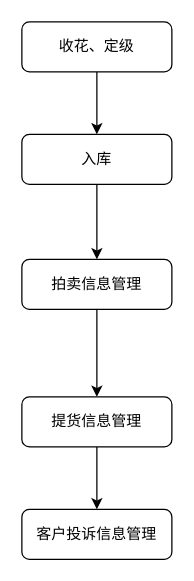
Before: 花拍MES系统流程.drawio in yuxibiwin/draw, a draw.io diagram. Source tidied: cells renumbered, new cells numbered last; positions are measured from the earlier drawing's top-left corner, leaving out a move shared by most shapes. Both pictures are drawn from the tidied source at 125%, with x=0, y=0 at pixel (21, 21).
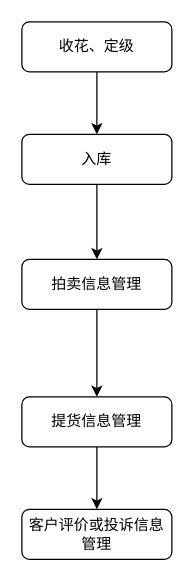
The same diagram, later.

Commit message:
更新花拍MES系统流程.drawio

Diff of the diagram source:
```diff
@@
 <mxGraphModel>
   <root>
     <mxCell id="0" />
     <mxCell id="1" parent="0" />
     <mxCell id="2" style="edgeStyle=orthogonalEdgeStyle;rounded=0;jettySize=auto;html=1;" parent="1" edge="1" source="3" target="7">
       <mxGeometry relative="1" as="geometry" />
     </mxCell>
     <mxCell id="3" value="收花、定级" style="rounded=1;whiteSpace=wrap;html=1;fontSize=12;glass=0;strokeWidth=1;shadow=0;" parent="1" vertex="1">
       <mxGeometry width="120" height="40" as="geometry" />
     </mxCell>
     <mxCell id="4" style="edgeStyle=orthogonalEdgeStyle;rounded=0;jettySize=auto;html=1;" parent="1" edge="1" source="5">
       <mxGeometry relative="1" as="geometry">
         <mxPoint x="60" y="300" as="targetPoint" />
       </mxGeometry>
     </mxCell>
     <mxCell id="5" value="拍卖信息管理" style="rounded=1;whiteSpace=wrap;html=1;fontSize=12;glass=0;strokeWidth=1;shadow=0;" parent="1" vertex="1">
       <mxGeometry y="190" width="120" height="40" as="geometry" />
     </mxCell>
     <mxCell id="6" style="edgeStyle=orthogonalEdgeStyle;rounded=0;jettySize=auto;html=1;" parent="1" edge="1" source="7" target="5">
       <mxGeometry relative="1" as="geometry" />
     </mxCell>
     <mxCell id="7" value="入库" style="rounded=1;whiteSpace=wrap;html=1;fontSize=12;glass=0;strokeWidth=1;shadow=0;" parent="1" vertex="1">
       <mxGeometry y="90" width="120" height="40" as="geometry" />
     </mxCell>
     <mxCell id="8" style="edgeStyle=orthogonalEdgeStyle;rounded=0;jettySize=auto;html=1;" parent="1" edge="1" source="9" target="10">
       <mxGeometry relative="1" as="geometry" />
     </mxCell>
     <mxCell id="9" value="提货信息管理" style="rounded=1;whiteSpace=wrap;html=1;fontSize=12;glass=0;strokeWidth=1;shadow=0;" parent="1" vertex="1">
       <mxGeometry y="300" width="120" height="40" as="geometry" />
     </mxCell>
-    <mxCell id="10" value="客户投诉信息管理" style="rounded=1;whiteSpace=wrap;html=1;fontSize=12;glass=0;strokeWidth=1;shadow=0;" parent="1" vertex="1">
+    <mxCell id="10" value="客户评价或投诉信息管理" style="rounded=1;whiteSpace=wrap;html=1;fontSize=12;glass=0;strokeWidth=1;shadow=0;" parent="1" vertex="1">
       <mxGeometry y="390" width="120" height="40" as="geometry" />
     </mxCell>
   </root>
 </mxGraphModel>
```
